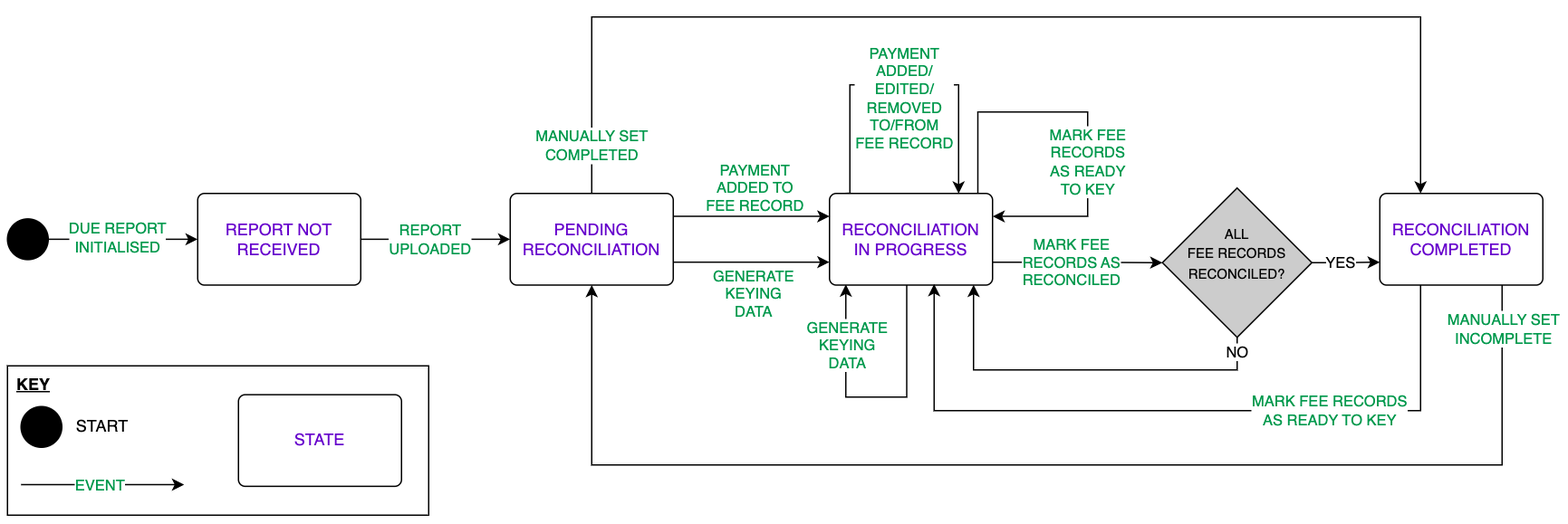
Earlier version of the draw.io export doc/assets/utilisation-report-state-machine.png (UK-Export-Finance/dtfs2). Source tidied: cells renumbered, new cells last; positions are measured from the earlier drawing's top-left corner, leaving out a move shared by most shapes.
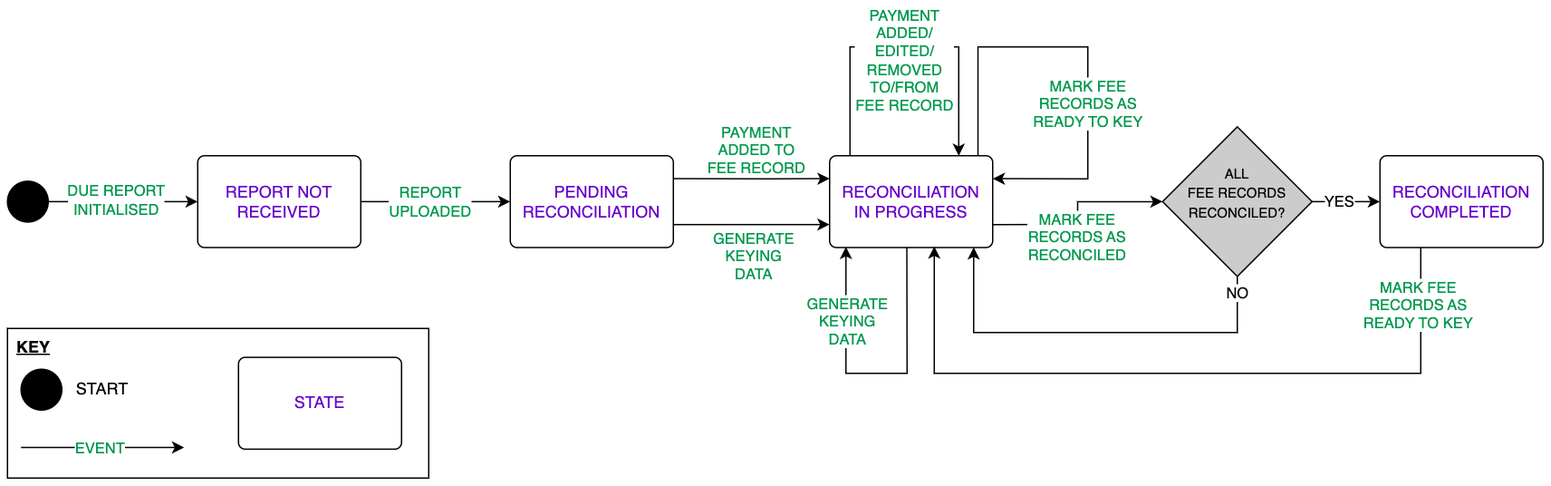
Later version of the same file.

Commit message:
docs(FN-3822): remove redundant 'mark set (in)complete' branches

The edit, as a diff of the source:
```diff
@@ -37,8 +37,8 @@
     <mxCell id="9" style="edgeStyle=orthogonalEdgeStyle;rounded=0;orthogonalLoop=1;jettySize=auto;html=1;exitX=0.474;exitY=0.997;exitDx=0;exitDy=0;entryX=0.107;entryY=0.993;entryDx=0;entryDy=0;exitPerimeter=0;entryPerimeter=0;" parent="1" edge="1" source="11" target="11">
       <mxGeometry relative="1" as="geometry">
         <Array as="points">
-          <mxPoint x="662" y="280" />
-          <mxPoint x="617" y="280" />
+          <mxPoint x="662" y="290" />
+          <mxPoint x="617" y="290" />
           <mxPoint x="617" y="197" />
         </Array>
       </mxGeometry>
@@ -60,9 +60,9 @@
         </Array>
       </mxGeometry>
     </mxCell>
-    <mxCell id="13" value="&lt;font color=&quot;#00994d&quot;&gt;MARK FEE RECORDS&lt;br&gt;AS READY TO KEY&lt;/font&gt;" style="edgeLabel;html=1;align=center;verticalAlign=middle;" parent="12" vertex="1">
+    <mxCell id="13" value="&lt;font color=&quot;#00994d&quot;&gt;MARK FEE&lt;br&gt;RECORDS AS&lt;br&gt;READY TO KEY&lt;/font&gt;" style="edgeLabel;html=1;align=center;verticalAlign=middle;" parent="12" vertex="1">
       <mxGeometry x="-0.49" y="-1" relative="1" as="geometry">
-        <mxPoint x="-22" y="1" as="offset" />
+        <mxPoint x="43" y="-49" as="offset" />
       </mxGeometry>
     </mxCell>
     <mxCell id="14" value="&lt;font color=&quot;#6600cc&quot;&gt;RECONCILIATION COMPLETED&lt;/font&gt;" style="html=1;align=center;verticalAlign=middle;rounded=1;absoluteArcSize=1;arcSize=10;dashed=0;whiteSpace=wrap;" parent="1" vertex="1">
@@ -83,7 +83,7 @@
       <mxGeometry x="-0.08" relative="1" as="geometry" />
     </mxCell>
     <mxCell id="19" value="&lt;font style=&quot;font-size: 10px;&quot;&gt;ALL&lt;br style=&quot;border-color: var(--border-color);&quot;&gt;FEE RECORDS&lt;br style=&quot;border-color: var(--border-color);&quot;&gt;RECONCILED?&lt;br&gt;&lt;br&gt;&lt;/font&gt;" style="rhombus;whiteSpace=wrap;html=1;labelBackgroundColor=none;fillColor=#CCCCCC;fontColor=default;" parent="1" vertex="1">
-      <mxGeometry x="850" y="126" width="110" height="110" as="geometry" />
+      <mxGeometry x="850" y="108.8" width="110" height="110" as="geometry" />
     </mxCell>
     <mxCell id="20" style="endArrow=classic;html=1;rounded=0;exitX=1;exitY=0.25;exitDx=0;exitDy=0;entryX=0;entryY=0.25;entryDx=0;entryDy=0;edgeStyle=orthogonalEdgeStyle;" parent="1" edge="1" source="6" target="11">
       <mxGeometry relative="1" as="geometry">
@@ -98,7 +98,7 @@
         <mxPoint x="7" y="-21" as="offset" />
       </mxGeometry>
     </mxCell>
-    <mxCell id="22" style="endArrow=classic;html=1;rounded=0;exitX=1;exitY=0.5;exitDx=0;exitDy=0;entryX=0;entryY=0.75;entryDx=0;entryDy=0;edgeStyle=orthogonalEdgeStyle;" parent="1" edge="1" source="19" target="14">
+    <mxCell id="22" style="endArrow=classic;html=1;rounded=0;exitX=1;exitY=0.5;exitDx=0;exitDy=0;entryX=0;entryY=0.5;entryDx=0;entryDy=0;edgeStyle=orthogonalEdgeStyle;" parent="1" edge="1" source="19" target="14">
       <mxGeometry relative="1" as="geometry" />
     </mxCell>
     <mxCell id="23" value="YES" style="edgeLabel;html=1;align=center;verticalAlign=middle;" parent="22" vertex="1">
@@ -120,82 +120,56 @@
         <mxPoint x="1" as="offset" />
       </mxGeometry>
     </mxCell>
-    <mxCell id="26" style="endArrow=classic;html=1;rounded=0;entryX=0.25;entryY=0;entryDx=0;entryDy=0;exitX=0.5;exitY=0;exitDx=0;exitDy=0;edgeStyle=orthogonalEdgeStyle;" parent="1" edge="1" source="6" target="14">
-      <mxGeometry relative="1" as="geometry">
-        <Array as="points">
-          <mxPoint x="430" />
-          <mxPoint x="1040" />
-        </Array>
-      </mxGeometry>
+    <mxCell id="26" style="endArrow=classic;html=1;rounded=0;exitX=1;exitY=0.75;exitDx=0;exitDy=0;entryX=0;entryY=0.5;entryDx=0;entryDy=0;edgeStyle=orthogonalEdgeStyle;" parent="1" edge="1" source="11" target="19">
+      <mxGeometry relative="1" as="geometry" />
     </mxCell>
-    <mxCell id="27" value="&lt;font color=&quot;#00994d&quot;&gt;MANUALLY SET&lt;br&gt;COMPLETED&lt;/font&gt;" style="edgeLabel;html=1;align=center;verticalAlign=middle;" parent="26" vertex="1">
-      <mxGeometry x="0.89" y="1" relative="1" as="geometry">
-        <mxPoint x="-611" y="10" as="offset" />
+    <mxCell id="27" value="&lt;font color=&quot;#00994d&quot;&gt;MARK FEE&lt;br style=&quot;border-color: var(--border-color);&quot;&gt;RECORDS AS&lt;br style=&quot;border-color: var(--border-color);&quot;&gt;RECONCILED&lt;/font&gt;" style="edgeLabel;html=1;align=center;verticalAlign=middle;" parent="26" vertex="1">
+      <mxGeometry x="-0.36" relative="1" as="geometry">
+        <mxPoint x="17" y="9" as="offset" />
       </mxGeometry>
     </mxCell>
-    <mxCell id="28" style="endArrow=classic;html=1;rounded=0;exitX=1;exitY=0.75;exitDx=0;exitDy=0;entryX=0;entryY=0.5;entryDx=0;entryDy=0;edgeStyle=orthogonalEdgeStyle;" parent="1" edge="1" source="11" target="19">
-      <mxGeometry relative="1" as="geometry" />
+    <mxCell id="28" style="edgeStyle=orthogonalEdgeStyle;rounded=0;orthogonalLoop=1;jettySize=auto;html=1;exitX=0.91;exitY=0;exitDx=0;exitDy=0;entryX=1;entryY=0.25;entryDx=0;entryDy=0;exitPerimeter=0;" parent="1" edge="1" source="11" target="11">
+      <mxGeometry relative="1" as="geometry">
+        <Array as="points">
+          <mxPoint x="714" y="50" />
+          <mxPoint x="795" y="50" />
+          <mxPoint x="795" y="147" />
+        </Array>
+      </mxGeometry>
     </mxCell>
-    <mxCell id="29" value="&lt;font color=&quot;#00994d&quot;&gt;MARK FEE&lt;br style=&quot;border-color: var(--border-color);&quot;&gt;RECORDS AS&lt;br style=&quot;border-color: var(--border-color);&quot;&gt;RECONCILED&lt;/font&gt;" style="edgeLabel;html=1;align=center;verticalAlign=middle;" parent="28" vertex="1">
-      <mxGeometry x="-0.36" relative="1" as="geometry">
-        <mxPoint x="18" as="offset" />
+    <mxCell id="29" value="&lt;font color=&quot;#00994d&quot;&gt;MARK FEE&lt;br style=&quot;border-color: var(--border-color);&quot;&gt;RECORDS AS&lt;br style=&quot;border-color: var(--border-color);&quot;&gt;READY TO KEY&lt;/font&gt;" style="edgeLabel;html=1;align=center;verticalAlign=middle;" parent="28" vertex="1">
+      <mxGeometry x="0.24" y="1" relative="1" as="geometry">
+        <mxPoint x="-1" y="-2" as="offset" />
       </mxGeometry>
     </mxCell>
-    <mxCell id="30" style="endArrow=classic;html=1;rounded=0;exitX=0.75;exitY=1;exitDx=0;exitDy=0;entryX=0.5;entryY=1;entryDx=0;entryDy=0;edgeStyle=orthogonalEdgeStyle;" parent="1" edge="1" source="14" target="6">
-      <mxGeometry relative="1" as="geometry">
-        <Array as="points">
-          <mxPoint x="1100" y="330" />
-          <mxPoint x="430" y="330" />
-        </Array>
-      </mxGeometry>
+    <mxCell id="30" style="group;" parent="1" vertex="1">
+      <mxGeometry y="257" width="310" height="110" as="geometry" />
     </mxCell>
-    <mxCell id="31" value="&lt;font color=&quot;#00994d&quot;&gt;MANUALLY SET&lt;br&gt;INCOMPLETE&lt;/font&gt;" style="edgeLabel;html=1;align=center;verticalAlign=middle;" parent="30" vertex="1">
-      <mxGeometry x="-0.83" y="2" relative="1" as="geometry">
-        <mxPoint x="-1" y="-45" as="offset" />
-      </mxGeometry>
+    <mxCell id="31" value="KEY" style="rounded=0;whiteSpace=wrap;html=1;align=left;verticalAlign=top;spacingLeft=5;fontStyle=5;" parent="30" vertex="1">
+      <mxGeometry width="310" height="110" as="geometry" />
     </mxCell>
-    <mxCell id="32" style="edgeStyle=orthogonalEdgeStyle;rounded=0;orthogonalLoop=1;jettySize=auto;html=1;exitX=0.91;exitY=0;exitDx=0;exitDy=0;entryX=1;entryY=0.25;entryDx=0;entryDy=0;exitPerimeter=0;" parent="1" edge="1" source="11" target="11">
-      <mxGeometry relative="1" as="geometry">
-        <Array as="points">
-          <mxPoint x="714" y="70" />
-          <mxPoint x="795" y="70" />
-          <mxPoint x="795" y="147" />
-        </Array>
-      </mxGeometry>
+    <mxCell id="32" style="group;" parent="30" vertex="1">
+      <mxGeometry x="10" y="30" width="85" height="30" as="geometry" />
     </mxCell>
-    <mxCell id="33" value="&lt;font color=&quot;#00994d&quot;&gt;MARK FEE&lt;br style=&quot;border-color: var(--border-color);&quot;&gt;RECORDS&lt;br style=&quot;border-color: var(--border-color);&quot;&gt;AS READY&lt;br style=&quot;border-color: var(--border-color);&quot;&gt;TO KEY&lt;/font&gt;" style="edgeLabel;html=1;align=center;verticalAlign=middle;" parent="32" vertex="1">
-      <mxGeometry x="0.24" y="1" relative="1" as="geometry">
-        <mxPoint x="-1" y="-2" as="offset" />
-      </mxGeometry>
+    <mxCell id="33" style="ellipse;fillColor=strokeColor;html=1;" parent="32" vertex="1">
+      <mxGeometry width="30" height="30" as="geometry" />
     </mxCell>
-    <mxCell id="34" style="group;" parent="1" vertex="1">
-      <mxGeometry y="257" width="310" height="110" as="geometry" />
+    <mxCell id="34" value="START" style="text;html=1;strokeColor=none;fillColor=none;align=center;verticalAlign=middle;whiteSpace=wrap;rounded=0;" parent="32" vertex="1">
+      <mxGeometry x="35" width="50" height="30" as="geometry" />
     </mxCell>
-    <mxCell id="35" value="KEY" style="rounded=0;whiteSpace=wrap;html=1;align=left;verticalAlign=top;spacingLeft=5;fontStyle=5;" parent="34" vertex="1">
-      <mxGeometry width="310" height="110" as="geometry" />
+    <mxCell id="35" value="&lt;font color=&quot;#6600cc&quot;&gt;STATE&lt;/font&gt;" style="html=1;align=center;verticalAlign=middle;rounded=1;absoluteArcSize=1;arcSize=10;dashed=0;whiteSpace=wrap;" parent="30" vertex="1">
+      <mxGeometry x="170" y="21.2" width="120" height="67.5" as="geometry" />
     </mxCell>
-    <mxCell id="36" style="group;" parent="34" vertex="1">
-      <mxGeometry x="10" y="30" width="85" height="30" as="geometry" />
+    <mxCell id="36" style="endArrow=classic;html=1;rounded=0;exitX=1;exitY=0.5;exitDx=0;exitDy=0;edgeStyle=orthogonalEdgeStyle;" parent="30" edge="1">
+      <mxGeometry relative="1" as="geometry">
+        <mxPoint x="10" y="87.5" as="sourcePoint" />
+        <mxPoint x="130" y="87.5" as="targetPoint" />
+      </mxGeometry>
     </mxCell>
-    <mxCell id="37" style="ellipse;fillColor=strokeColor;html=1;" parent="36" vertex="1">
-      <mxGeometry width="30" height="30" as="geometry" />
+    <mxCell id="37" value="&lt;font color=&quot;#00994d&quot;&gt;EVENT&lt;/font&gt;" style="edgeLabel;html=1;align=center;verticalAlign=middle;" parent="36" vertex="1">
+      <mxGeometry x="-0.08" y="3" relative="1" as="geometry">
+        <mxPoint x="3" y="3" as="offset" />
+      </mxGeometry>
     </mxCell>
-    <mxCell id="38" value="START" style="text;html=1;strokeColor=none;fillColor=none;align=center;verticalAlign=middle;whiteSpace=wrap;rounded=0;" parent="36" vertex="1">
-      <mxGeometry x="35" width="50" height="30" as="geometry" />
-    </mxCell>
-    <mxCell id="39" value="&lt;font color=&quot;#6600cc&quot;&gt;STATE&lt;/font&gt;" style="html=1;align=center;verticalAlign=middle;rounded=1;absoluteArcSize=1;arcSize=10;dashed=0;whiteSpace=wrap;" parent="34" vertex="1">
-      <mxGeometry x="170" y="21.2" width="120" height="67.5" as="geometry" />
-    </mxCell>
-    <mxCell id="40" style="endArrow=classic;html=1;rounded=0;exitX=1;exitY=0.5;exitDx=0;exitDy=0;edgeStyle=orthogonalEdgeStyle;" parent="34" edge="1">
-      <mxGeometry relative="1" as="geometry">
-        <mxPoint x="10" y="87.5" as="sourcePoint" />
-        <mxPoint x="130" y="87.5" as="targetPoint" />
-      </mxGeometry>
-    </mxCell>
-    <mxCell id="41" value="&lt;font color=&quot;#00994d&quot;&gt;EVENT&lt;/font&gt;" style="edgeLabel;html=1;align=center;verticalAlign=middle;" parent="40" vertex="1">
-      <mxGeometry x="-0.08" y="3" relative="1" as="geometry">
-        <mxPoint x="3" y="3" as="offset" />
-      </mxGeometry>
-    </mxCell>
   </root>
 </mxGraphModel>
```
